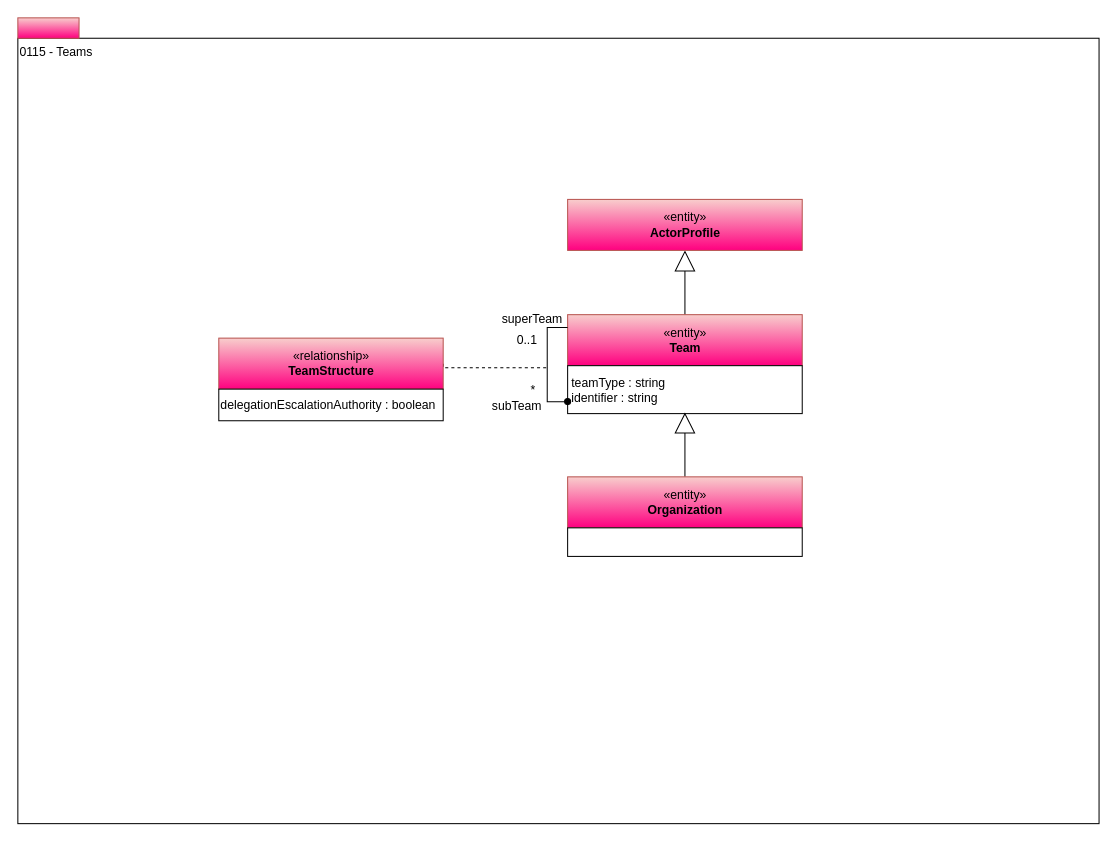
Before: page "0115-Teams" (5 of 17) of site/docs/types/1/area-1-collaboration.drawio in odpi/egeria-docs, a draw.io diagram. Source tidied: cells renumbered, new cells numbered last; positions are measured from the earlier drawing's top-left corner, leaving out a move shared by most shapes. Both pictures are drawn from the tidied source at 102%, with x=0, y=0 at pixel (17, 17).
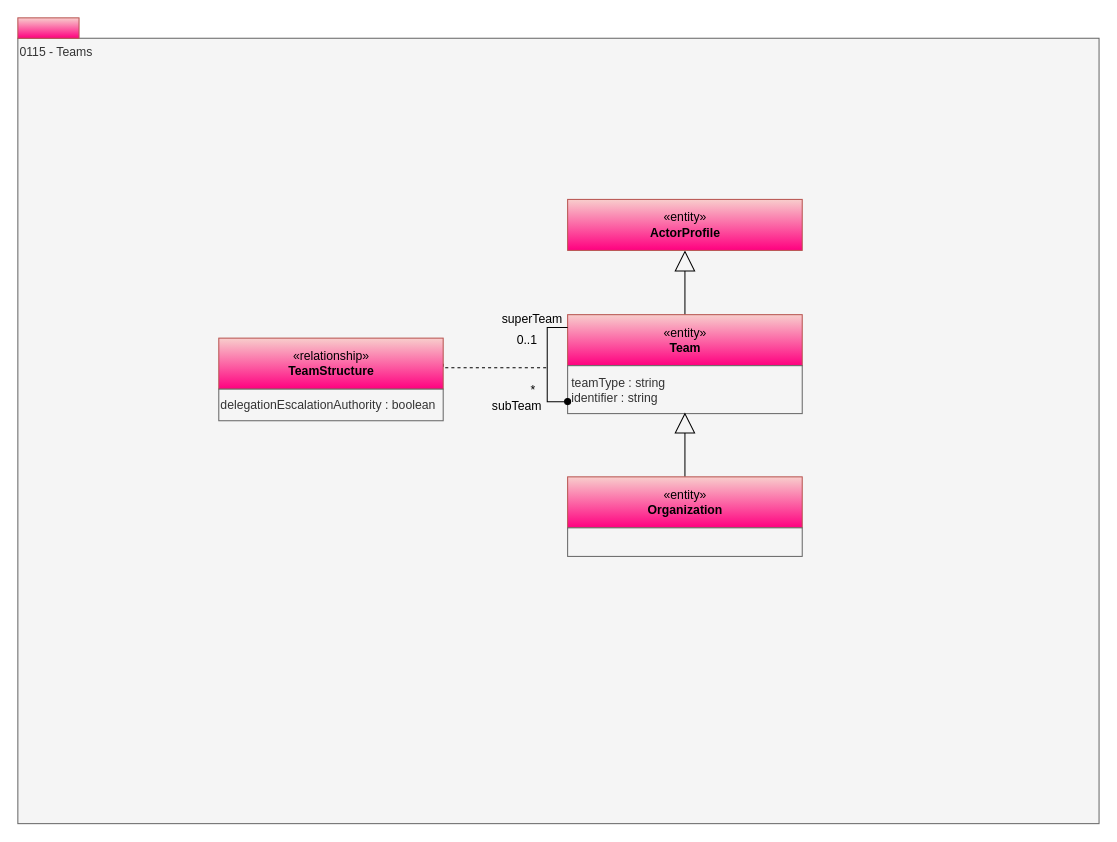
The same page after the edit.

The edit, as a diff of the source:
```diff
@@
-    <mxCell id="2" value="0115 - Teams" style="rounded=0;whiteSpace=wrap;html=1;align=left;verticalAlign=top;" parent="1" vertex="1">
+    <mxCell id="2" value="0115 - Teams" style="rounded=0;whiteSpace=wrap;html=1;align=left;verticalAlign=top;fillColor=#f5f5f5;fontColor=#333333;strokeColor=#666666;" parent="1" vertex="1">
       <mxGeometry y="20" width="1060" height="770" as="geometry" />
     </mxCell>
@@
-    <mxCell id="6" value="teamType : string&lt;br&gt;identifier : string" style="rounded=0;whiteSpace=wrap;html=1;align=left;spacingLeft=2;" parent="1" vertex="1">
+    <mxCell id="6" value="teamType : string&lt;br&gt;identifier : string" style="rounded=0;whiteSpace=wrap;html=1;align=left;spacingLeft=2;fillColor=#f5f5f5;fontColor=#333333;strokeColor=#666666;" parent="1" vertex="1">
       <mxGeometry x="539" y="341" width="230" height="47" as="geometry" />
     </mxCell>
@@
-    <mxCell id="10" value="delegationEscalationAuthority : boolean" style="rounded=0;whiteSpace=wrap;html=1;strokeColor=#000000;gradientColor=#ffffff;align=left;" parent="1" vertex="1">
+    <mxCell id="10" value="delegationEscalationAuthority : boolean" style="rounded=0;whiteSpace=wrap;html=1;strokeColor=#666666;align=left;fillColor=#f5f5f5;fontColor=#333333;" parent="1" vertex="1">
       <mxGeometry x="197" y="364" width="220" height="31" as="geometry" />
     </mxCell>
@@
-    <mxCell id="18" style="rounded=0;whiteSpace=wrap;html=1;align=left;spacingLeft=2;" parent="1" vertex="1">
+    <mxCell id="18" style="rounded=0;whiteSpace=wrap;html=1;align=left;spacingLeft=2;fillColor=#f5f5f5;fontColor=#333333;strokeColor=#666666;" parent="1" vertex="1">
       <mxGeometry x="539" y="500" width="230" height="28" as="geometry" />
     </mxCell>
```
